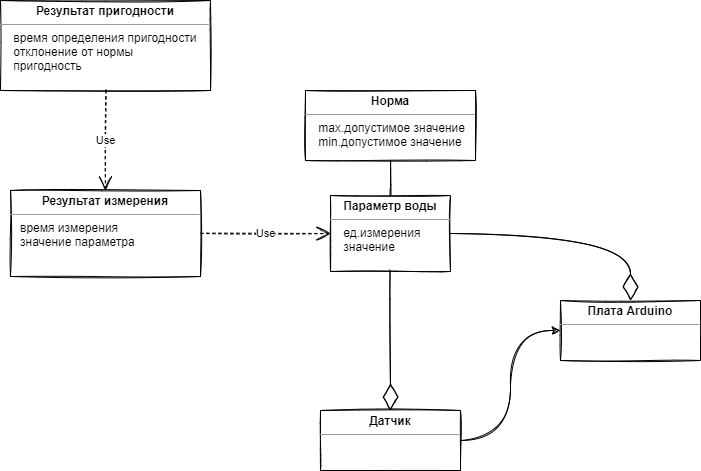
This is DomainModel.png from MaxZ07/Crystal, a draw.io export, as it was before one commit. Source tidied: cells renumbered, new cells last; positions are measured from the earlier drawing's top-left corner, leaving out a move shared by most shapes.
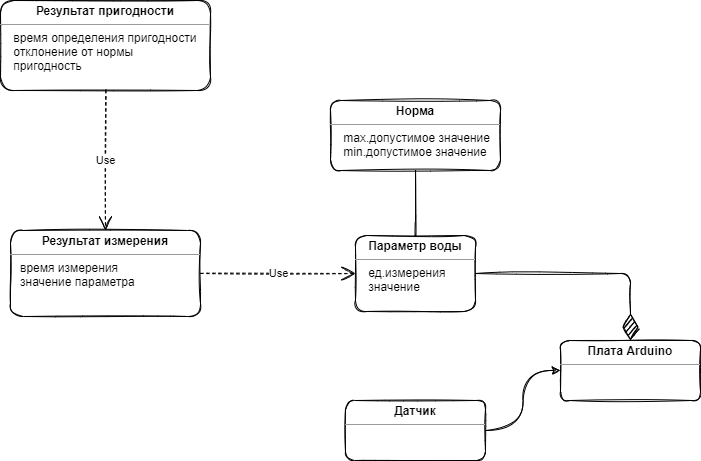
The same diagram one commit later.

Diff of the diagram source:
```diff
@@ -2,40 +2,37 @@
   <root>
     <mxCell id="0" />
     <mxCell id="1" parent="0" />
-    <mxCell id="2" value="&lt;p style=&quot;margin: 0px ; margin-top: 4px ; text-align: center&quot;&gt;&lt;b&gt;Параметр воды&lt;/b&gt;&lt;/p&gt;&lt;hr size=&quot;1&quot;&gt;&lt;div style=&quot;height: 2px&quot;&gt;&amp;nbsp; &amp;nbsp; ед.измерения&lt;br&gt;&amp;nbsp; &amp;nbsp; значение&lt;/div&gt;" style="verticalAlign=top;align=left;overflow=fill;fontSize=12;fontFamily=Helvetica;html=1;rounded=0;sketch=1;" parent="1" vertex="1">
-      <mxGeometry x="330" y="195" width="120" height="76" as="geometry" />
+    <mxCell id="2" value="&lt;p style=&quot;margin: 0px ; margin-top: 4px ; text-align: center&quot;&gt;&lt;b&gt;Параметр воды&lt;/b&gt;&lt;/p&gt;&lt;hr size=&quot;1&quot;&gt;&lt;div style=&quot;height: 2px&quot;&gt;&amp;nbsp; &amp;nbsp; ед.измерения&lt;br&gt;&amp;nbsp; &amp;nbsp; значение&lt;/div&gt;" style="verticalAlign=top;align=left;overflow=fill;fontSize=12;fontFamily=Helvetica;html=1;rounded=1;sketch=1;" parent="1" vertex="1">
+      <mxGeometry x="355" y="195" width="120" height="76" as="geometry" />
     </mxCell>
-    <mxCell id="3" value="&lt;p style=&quot;margin: 0px ; margin-top: 4px ; text-align: center&quot;&gt;&lt;b&gt;Норма&lt;/b&gt;&lt;/p&gt;&lt;hr size=&quot;1&quot;&gt;&lt;div style=&quot;height: 2px&quot;&gt;&amp;nbsp; &amp;nbsp; max.допустимое значение&lt;br&gt;&amp;nbsp; &amp;nbsp; min.допустимое значение&lt;/div&gt;&lt;div style=&quot;height: 2px&quot;&gt;&lt;br&gt;&lt;/div&gt;" style="verticalAlign=top;align=left;overflow=fill;fontSize=12;fontFamily=Helvetica;html=1;rounded=0;sketch=1;" parent="1" vertex="1">
-      <mxGeometry x="305" y="90" width="170" height="70" as="geometry" />
+    <mxCell id="3" value="&lt;p style=&quot;margin: 0px ; margin-top: 4px ; text-align: center&quot;&gt;&lt;b&gt;Норма&lt;/b&gt;&lt;/p&gt;&lt;hr size=&quot;1&quot;&gt;&lt;div style=&quot;height: 2px&quot;&gt;&amp;nbsp; &amp;nbsp; max.допустимое значение&lt;br&gt;&amp;nbsp; &amp;nbsp; min.допустимое значение&lt;/div&gt;&lt;div style=&quot;height: 2px&quot;&gt;&lt;br&gt;&lt;/div&gt;" style="verticalAlign=top;align=left;overflow=fill;fontSize=12;fontFamily=Helvetica;html=1;rounded=1;sketch=1;" parent="1" vertex="1">
+      <mxGeometry x="330" y="60" width="170" height="70" as="geometry" />
     </mxCell>
-    <mxCell id="4" style="edgeStyle=orthogonalEdgeStyle;rounded=0;jettySize=auto;html=1;exitX=1;exitY=0.5;exitDx=0;exitDy=0;entryX=0;entryY=0.5;entryDx=0;entryDy=0;sketch=1;curved=1;" parent="1" edge="1" source="5" target="7">
+    <mxCell id="4" style="edgeStyle=orthogonalEdgeStyle;rounded=1;jettySize=auto;html=1;exitX=1;exitY=0.5;exitDx=0;exitDy=0;entryX=0;entryY=0.5;entryDx=0;entryDy=0;curved=1;sketch=1;" parent="1" edge="1" source="5" target="7">
       <mxGeometry relative="1" as="geometry" />
     </mxCell>
-    <mxCell id="5" value="&lt;p style=&quot;margin: 0px ; margin-top: 4px ; text-align: center&quot;&gt;&lt;b&gt;Датчик&lt;/b&gt;&lt;/p&gt;&lt;hr size=&quot;1&quot;&gt;&lt;div style=&quot;height: 2px&quot;&gt;&amp;nbsp;&amp;nbsp;&lt;/div&gt;" style="verticalAlign=top;align=left;overflow=fill;fontSize=12;fontFamily=Helvetica;html=1;rounded=0;sketch=1;" parent="1" vertex="1">
-      <mxGeometry x="320" y="410" width="140" height="60" as="geometry" />
+    <mxCell id="5" value="&lt;p style=&quot;margin: 0px ; margin-top: 4px ; text-align: center&quot;&gt;&lt;b&gt;Датчик&lt;/b&gt;&lt;/p&gt;&lt;hr size=&quot;1&quot;&gt;&lt;div style=&quot;height: 2px&quot;&gt;&amp;nbsp;&amp;nbsp;&lt;/div&gt;" style="verticalAlign=top;align=left;overflow=fill;fontSize=12;fontFamily=Helvetica;html=1;rounded=1;sketch=1;" parent="1" vertex="1">
+      <mxGeometry x="345" y="360" width="140" height="60" as="geometry" />
     </mxCell>
-    <mxCell id="6" value="&lt;p style=&quot;margin: 0px ; margin-top: 4px ; text-align: center&quot;&gt;&lt;b&gt;Результат измерения&lt;/b&gt;&lt;/p&gt;&lt;hr size=&quot;1&quot;&gt;&lt;div style=&quot;height: 2px&quot;&gt;&amp;nbsp; &amp;nbsp;время измерения&lt;br&gt;&amp;nbsp; &amp;nbsp;значение параметра&lt;/div&gt;" style="verticalAlign=top;align=left;overflow=fill;fontSize=12;fontFamily=Helvetica;html=1;rounded=0;sketch=1;" parent="1" vertex="1">
+    <mxCell id="6" value="&lt;p style=&quot;margin: 0px ; margin-top: 4px ; text-align: center&quot;&gt;&lt;b&gt;Результат измерения&lt;/b&gt;&lt;/p&gt;&lt;hr size=&quot;1&quot;&gt;&lt;div style=&quot;height: 2px&quot;&gt;&amp;nbsp; &amp;nbsp;время измерения&lt;br&gt;&amp;nbsp; &amp;nbsp;значение параметра&lt;/div&gt;" style="verticalAlign=top;align=left;overflow=fill;fontSize=12;fontFamily=Helvetica;html=1;rounded=1;sketch=1;" parent="1" vertex="1">
       <mxGeometry x="10" y="190" width="190" height="86" as="geometry" />
     </mxCell>
-    <mxCell id="7" value="&lt;p style=&quot;margin: 0px ; margin-top: 4px ; text-align: center&quot;&gt;&lt;b&gt;Плата Arduino&lt;/b&gt;&lt;/p&gt;&lt;hr size=&quot;1&quot;&gt;&lt;div style=&quot;height: 2px&quot;&gt;&lt;/div&gt;" style="verticalAlign=top;align=left;overflow=fill;fontSize=12;fontFamily=Helvetica;html=1;rounded=0;sketch=1;" parent="1" vertex="1">
+    <mxCell id="7" value="&lt;p style=&quot;margin: 0px ; margin-top: 4px ; text-align: center&quot;&gt;&lt;b&gt;Плата Arduino&lt;/b&gt;&lt;/p&gt;&lt;hr size=&quot;1&quot;&gt;&lt;div style=&quot;height: 2px&quot;&gt;&amp;nbsp; &amp;nbsp;&amp;nbsp;&lt;/div&gt;" style="verticalAlign=top;align=left;overflow=fill;fontSize=12;fontFamily=Helvetica;html=1;rounded=1;sketch=1;" parent="1" vertex="1">
       <mxGeometry x="560" y="300" width="140" height="60" as="geometry" />
     </mxCell>
-    <mxCell id="8" style="endArrow=none;html=1;rounded=0;entryX=0.5;entryY=1;entryDx=0;entryDy=0;exitX=0.5;exitY=0;exitDx=0;exitDy=0;sketch=1;curved=1;" parent="1" edge="1" source="2" target="3">
+    <mxCell id="8" style="endArrow=none;html=1;rounded=1;entryX=0.5;entryY=1;entryDx=0;entryDy=0;exitX=0.5;exitY=0;exitDx=0;exitDy=0;curved=1;sketch=1;" parent="1" edge="1" source="2" target="3">
       <mxGeometry relative="1" as="geometry" />
     </mxCell>
-    <mxCell id="9" style="endArrow=diamondThin;endFill=0;endSize=24;html=1;rounded=0;exitX=0.5;exitY=1;exitDx=0;exitDy=0;sketch=1;curved=1;" parent="1" edge="1" source="2" target="5">
-      <mxGeometry relative="1" as="geometry" />
-    </mxCell>
-    <mxCell id="10" value="Use" style="endArrow=open;endSize=12;dashed=1;html=1;rounded=0;exitX=1;exitY=0.5;exitDx=0;exitDy=0;entryX=0;entryY=0.5;entryDx=0;entryDy=0;sketch=1;curved=1;" parent="1" edge="1" source="6" target="2">
+    <mxCell id="10" value="Use" style="endArrow=open;endSize=12;dashed=1;html=1;rounded=1;exitX=1;exitY=0.5;exitDx=0;exitDy=0;entryX=0;entryY=0.5;entryDx=0;entryDy=0;curved=1;sketch=1;" parent="1" edge="1" source="6" target="2">
       <mxGeometry relative="1" as="geometry" />
     </mxCell>
-    <mxCell id="11" value="&lt;p style=&quot;margin: 0px ; margin-top: 4px ; text-align: center&quot;&gt;&lt;b&gt;Результат пригодности&lt;/b&gt;&lt;/p&gt;&lt;hr size=&quot;1&quot;&gt;&lt;div style=&quot;height: 2px&quot;&gt;&amp;nbsp; &amp;nbsp; время определения пригодности&lt;br&gt;&amp;nbsp; &amp;nbsp; отклонение от нормы&lt;br&gt;&amp;nbsp; &amp;nbsp; пригодность&lt;/div&gt;" style="verticalAlign=top;align=left;overflow=fill;fontSize=12;fontFamily=Helvetica;html=1;rounded=0;sketch=1;" parent="1" vertex="1">
-      <mxGeometry width="210" height="90" as="geometry" />
+    <mxCell id="11" value="&lt;p style=&quot;margin: 0px ; margin-top: 4px ; text-align: center&quot;&gt;&lt;b&gt;Результат пригодности&lt;/b&gt;&lt;/p&gt;&lt;hr size=&quot;1&quot;&gt;&lt;div style=&quot;height: 2px&quot;&gt;&amp;nbsp; &amp;nbsp; время определения пригодности&lt;br&gt;&amp;nbsp; &amp;nbsp; отклонение от нормы&lt;br&gt;&amp;nbsp; &amp;nbsp; пригодность&lt;/div&gt;" style="verticalAlign=top;align=left;overflow=fill;fontSize=12;fontFamily=Helvetica;html=1;rounded=1;sketch=1;" parent="1" vertex="1">
+      <mxGeometry y="-40" width="210" height="90" as="geometry" />
     </mxCell>
-    <mxCell id="12" value="Use" style="endArrow=open;endSize=12;dashed=1;html=1;rounded=0;exitX=0.5;exitY=1;exitDx=0;exitDy=0;entryX=0.5;entryY=0;entryDx=0;entryDy=0;sketch=1;curved=1;" parent="1" edge="1" source="11" target="6">
+    <mxCell id="12" value="Use" style="endArrow=open;endSize=12;dashed=1;html=1;rounded=1;exitX=0.5;exitY=1;exitDx=0;exitDy=0;entryX=0.5;entryY=0;entryDx=0;entryDy=0;curved=1;sketch=1;" parent="1" edge="1" source="11" target="6">
       <mxGeometry relative="1" as="geometry" />
     </mxCell>
-    <mxCell id="13" style="endArrow=diamondThin;endFill=0;endSize=24;html=1;rounded=0;exitX=1;exitY=0.5;exitDx=0;exitDy=0;entryX=0.5;entryY=0;entryDx=0;entryDy=0;sketch=1;curved=1;" parent="1" edge="1" source="2" target="7">
+    <mxCell id="13" style="endArrow=diamondThin;endFill=1;endSize=24;html=1;rounded=1;exitX=1;exitY=0.5;exitDx=0;exitDy=0;entryX=0.5;entryY=0;entryDx=0;entryDy=0;labelBorderColor=none;shadow=0;sketch=1;" parent="1" edge="1" source="2" target="7">
       <mxGeometry relative="1" as="geometry">
         <Array as="points">
           <mxPoint x="630" y="233" />
```
